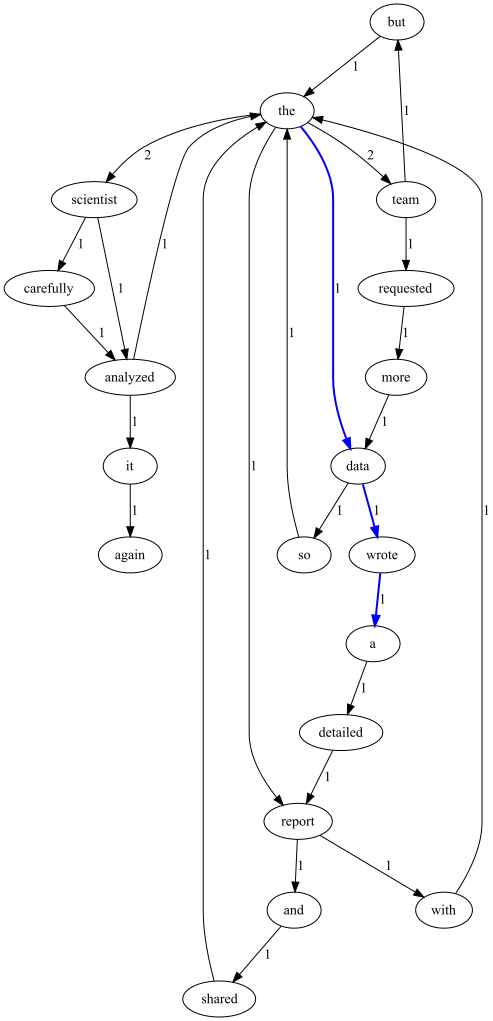
This is shortest.png from 2022112863/Lab1-2022112863, a Graphviz export, as it was before one commit. Its source is kept beside it as shortest.dot.
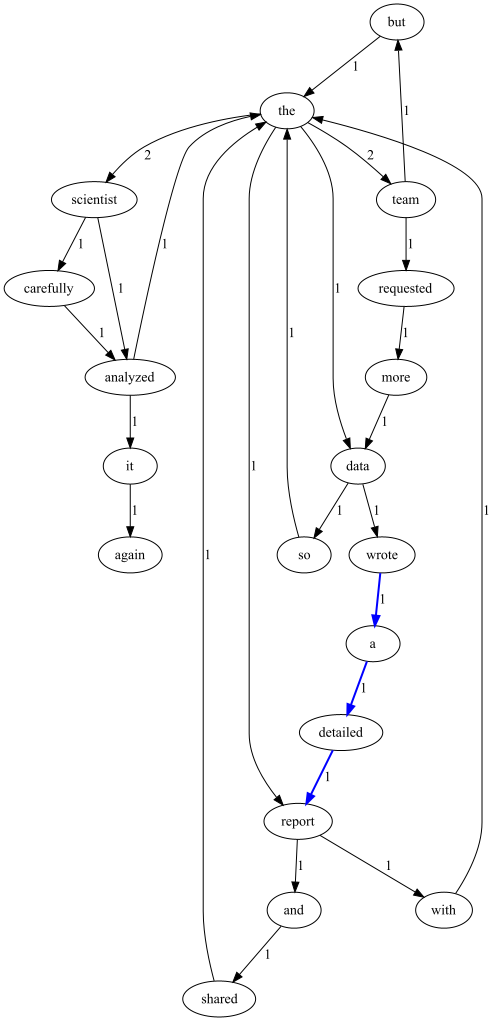
After the commit.

The edit, as a diff of the source:
```diff
@@ -19,9 +19,9 @@
   with [ label="with" ];
   and [ label="and" ];
   but -> the [ label="1" ];
-  a -> detailed [ label="1" ];
+  a -> detailed [ label="1" color="blue" penwidth="2" ];
   shared -> the [ label="1" ];
-  data -> wrote [ label="1" color="blue" penwidth="2" ];
+  data -> wrote [ label="1" ];
   data -> so [ label="1" ];
   carefully -> analyzed [ label="1" ];
   scientist -> carefully [ label="1" ];
@@ -33,13 +33,13 @@
   team -> but [ label="1" ];
   team -> requested [ label="1" ];
   it -> again [ label="1" ];
-  the -> data [ label="1" color="blue" penwidth="2" ];
+  the -> data [ label="1" ];
   the -> scientist [ label="2" ];
   the -> report [ label="1" ];
   the -> team [ label="2" ];
   with -> the [ label="1" ];
   requested -> more [ label="1" ];
-  detailed -> report [ label="1" ];
+  detailed -> report [ label="1" color="blue" penwidth="2" ];
   and -> shared [ label="1" ];
   report -> with [ label="1" ];
   report -> and [ label="1" ];
```
